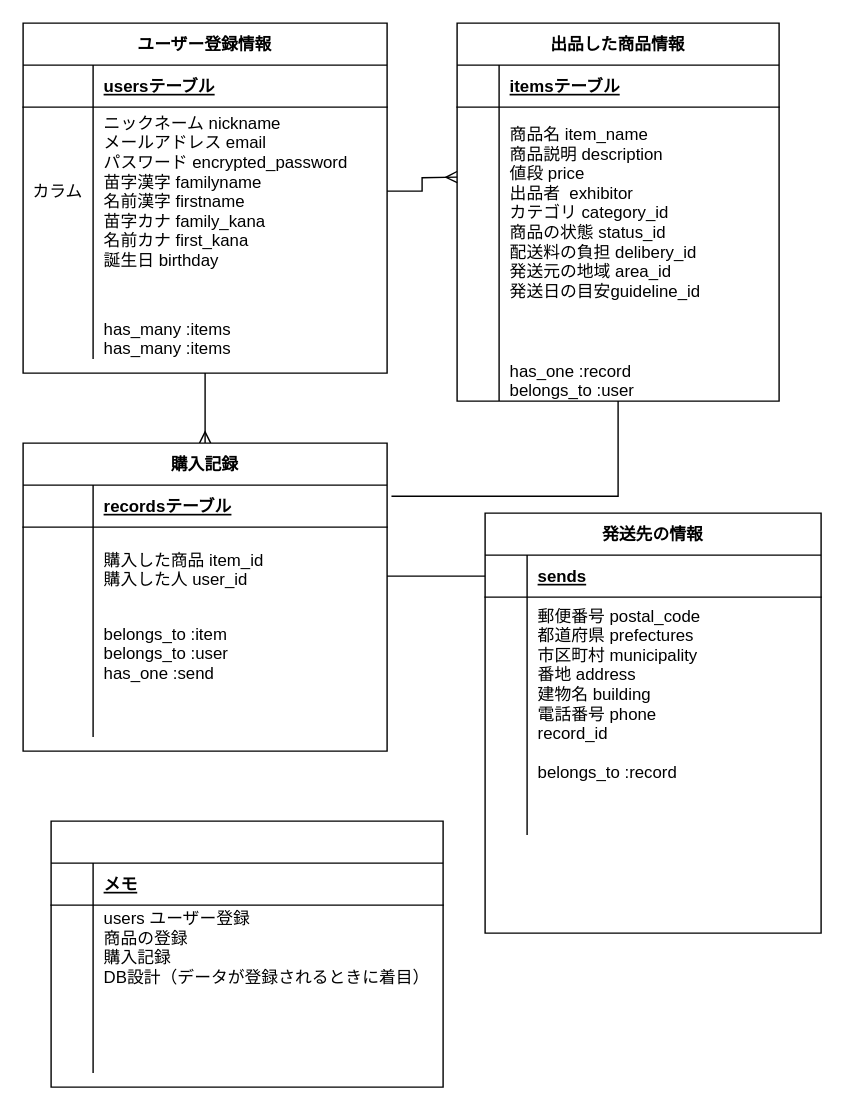
Earlier version of the draw.io diagram .dio (yochandesu/furima-33800). Source tidied: cells renumbered, new cells numbered last; positions are measured from the earlier drawing's top-left corner, leaving out a move shared by most shapes. Both pictures are drawn from the tidied source at 140%, with x=0, y=0 at pixel (22, 22).
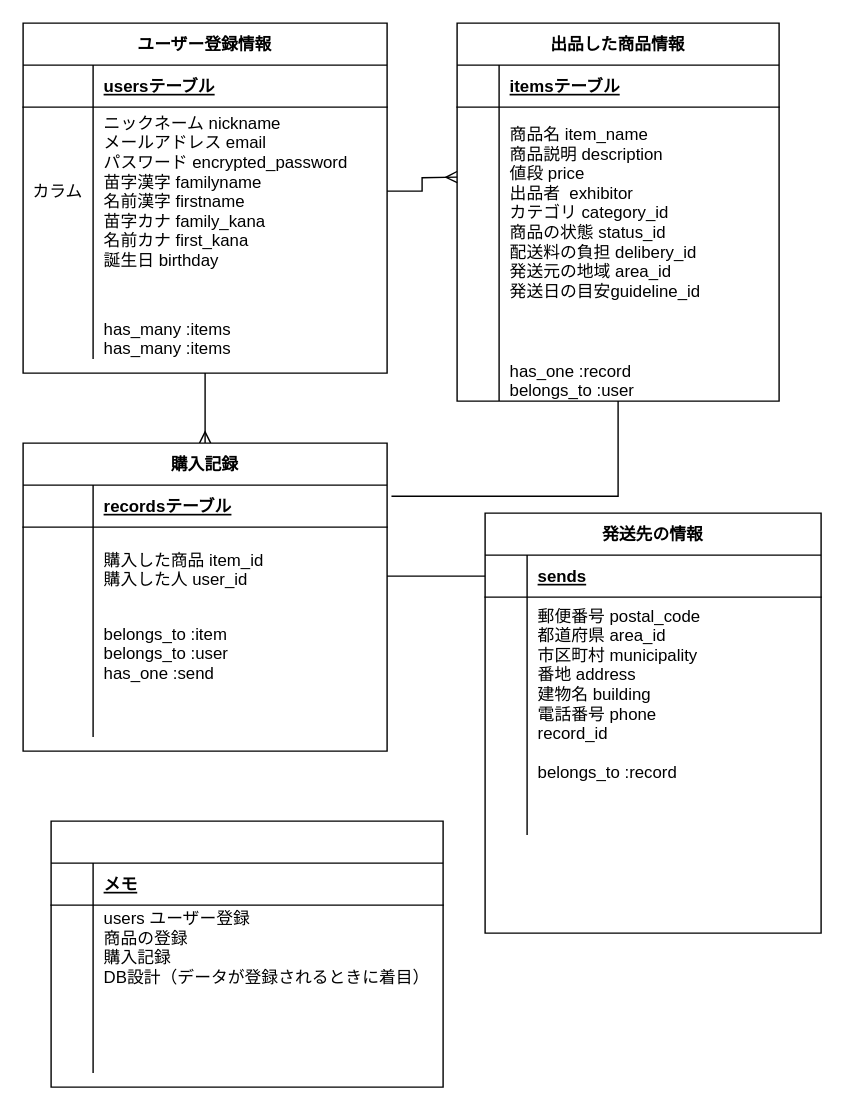
After the change.

The change refers to these unchanged cells:
```xml
<mxCell id="61" style="shape=partialRectangle;fillColor=none;top=0;left=0;bottom=0;right=0;" parent="57" vertex="1">
  <mxGeometry y="60" width="240" height="110" as="geometry" />
</mxCell>
```

Diff of the diagram source:
```diff
@@
-    <mxCell id="63" value="郵便番号 postal_code&#10;都道府県 prefectures&#10;市区町村 municipality&#10;番地 address&#10;建物名 building&#10;電話番号 phone&#10;record_id" style="shape=partialRectangle;fillColor=none;top=0;left=0;bottom=0;right=0;align=left;spacingLeft=6;overflow=hidden;" parent="61" vertex="1">
+    <mxCell id="63" value="郵便番号 postal_code&#10;都道府県 area_id&#10;市区町村 municipality&#10;番地 address&#10;建物名 building&#10;電話番号 phone&#10;record_id" style="shape=partialRectangle;fillColor=none;top=0;left=0;bottom=0;right=0;align=left;spacingLeft=6;overflow=hidden;" parent="61" vertex="1">
       <mxGeometry x="30" width="210" height="110" as="geometry" />
     </mxCell>
```
